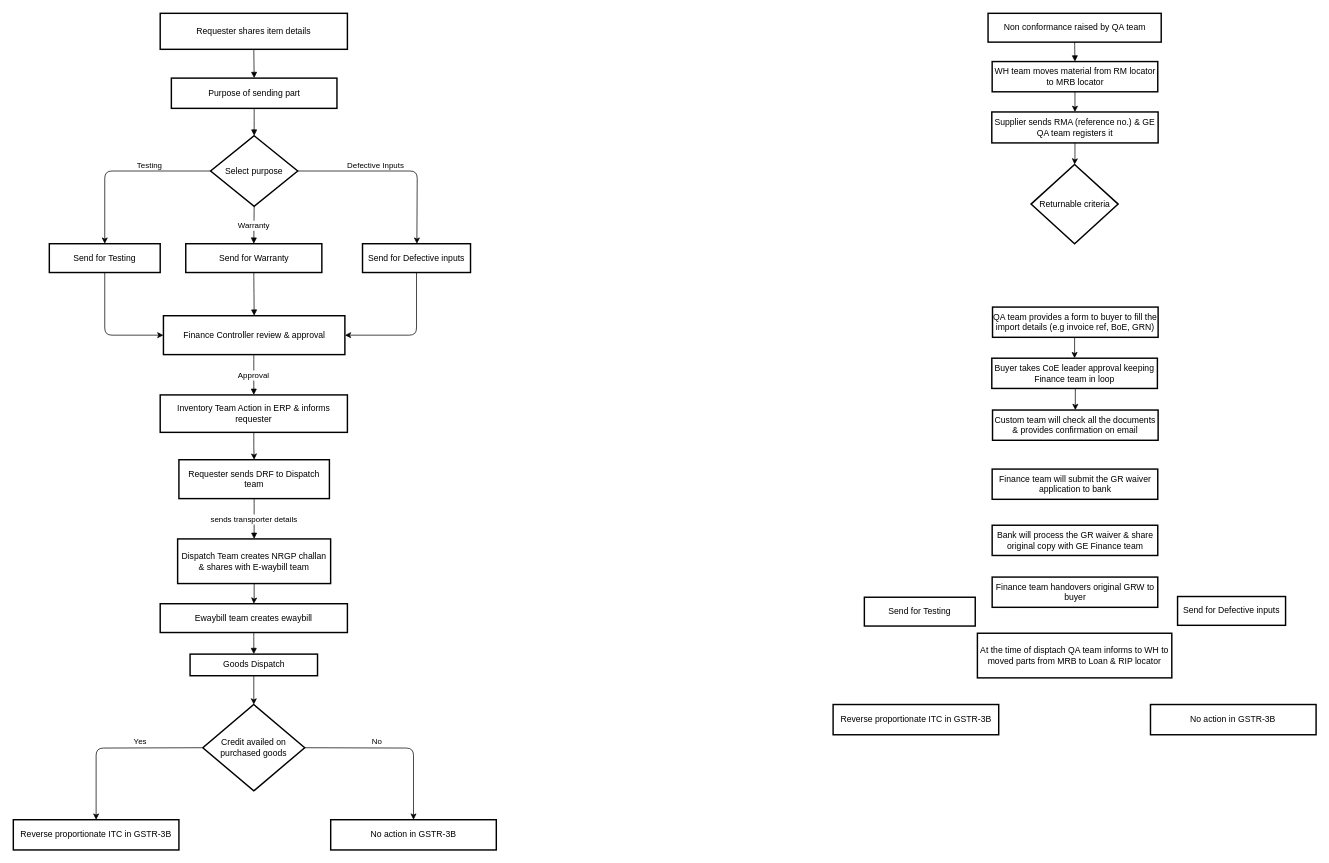
Before: NRGP Flow.drawio in apk1995apk/M3, a draw.io diagram. Source tidied: cells renumbered, new cells numbered last; positions are measured from the earlier drawing's top-left corner, leaving out a move shared by most shapes. Both pictures are drawn from the tidied source at 72%, with x=0, y=0 at pixel (13, 13).
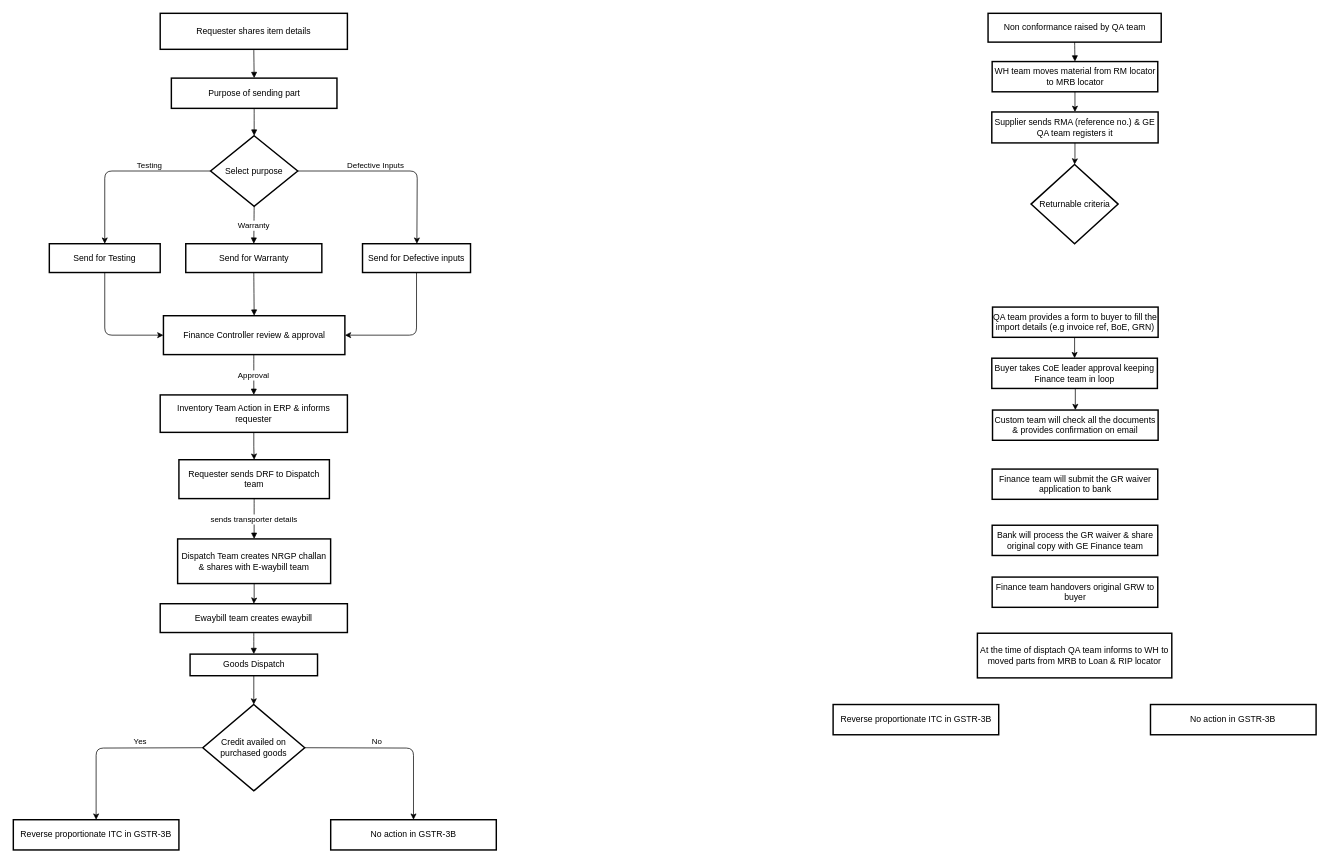
After the change.

Diff of the diagram source:
```diff
@@
-    <mxCell id="41" value="Send for Testing" style="whiteSpace=wrap;strokeWidth=2;" parent="1" vertex="1">
-      <mxGeometry x="1182" y="811" width="154" height="40" as="geometry" />
-    </mxCell>
@@
-    <mxCell id="43" style="edgeStyle=orthogonalEdgeStyle;rounded=1;jettySize=auto;html=1;exitX=0.5;exitY=1;exitDx=0;exitDy=0;entryX=1;entryY=0.5;entryDx=0;entryDy=0;curved=0;" parent="1" edge="1" target="44">
-      <mxGeometry relative="1" as="geometry">
-        <mxPoint x="1692.5" y="850" as="sourcePoint" />
-      </mxGeometry>
-    </mxCell>
-    <mxCell id="44" value="Send for Defective inputs" style="whiteSpace=wrap;strokeWidth=2;" parent="1" vertex="1">
-      <mxGeometry x="1617" y="810" width="150" height="40" as="geometry" />
-    </mxCell>
```
